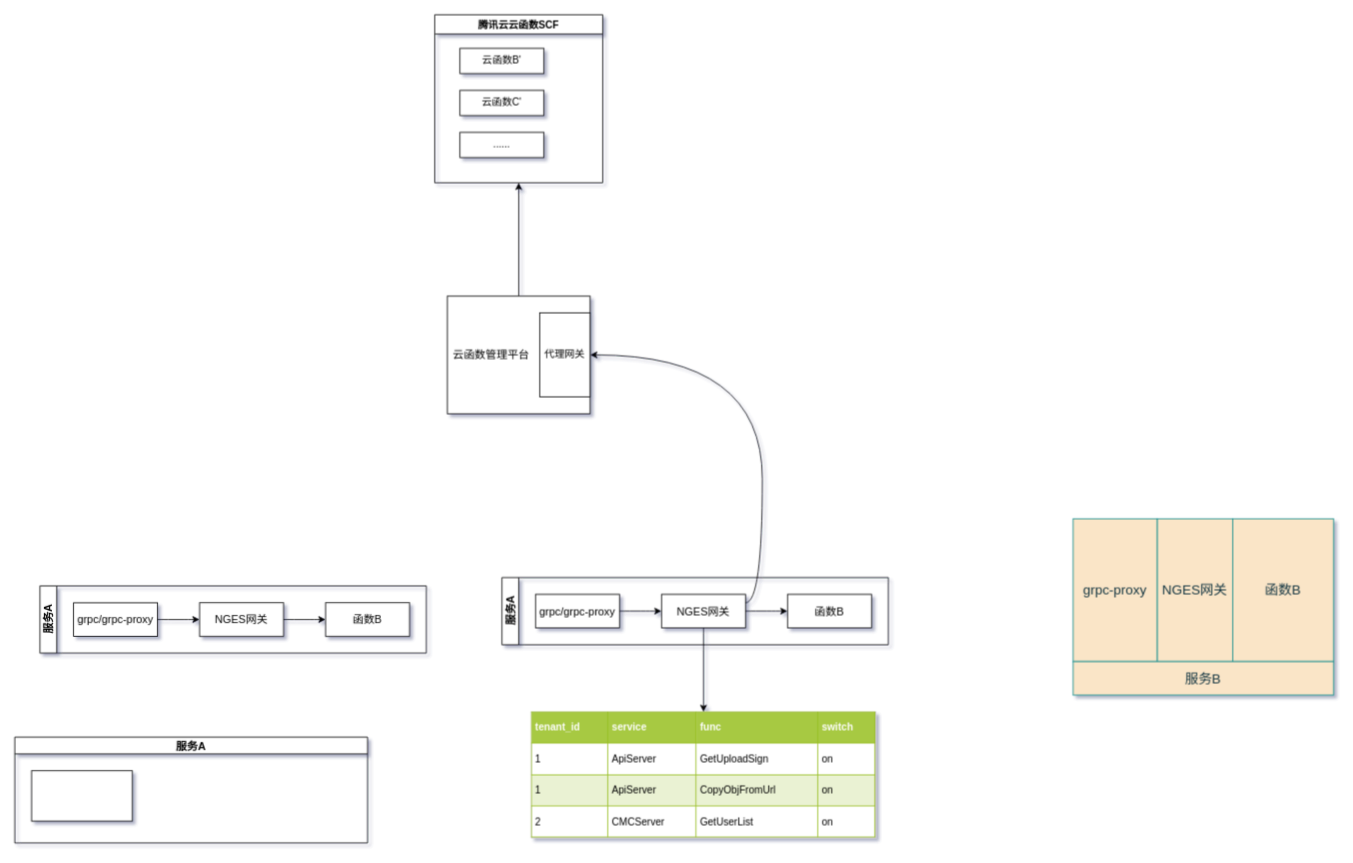
Above: page "Page-1" (1 of 2) of Untitled Diagram.drawio in hxchjm/drawio (draw.io), before the change. Source tidied: cells renumbered, new cells numbered last; positions are measured from the earlier drawing's top-left corner, leaving out a move shared by most shapes. Both pictures are drawn from the tidied source at 84%, with x=0, y=0 at pixel (14, 14).
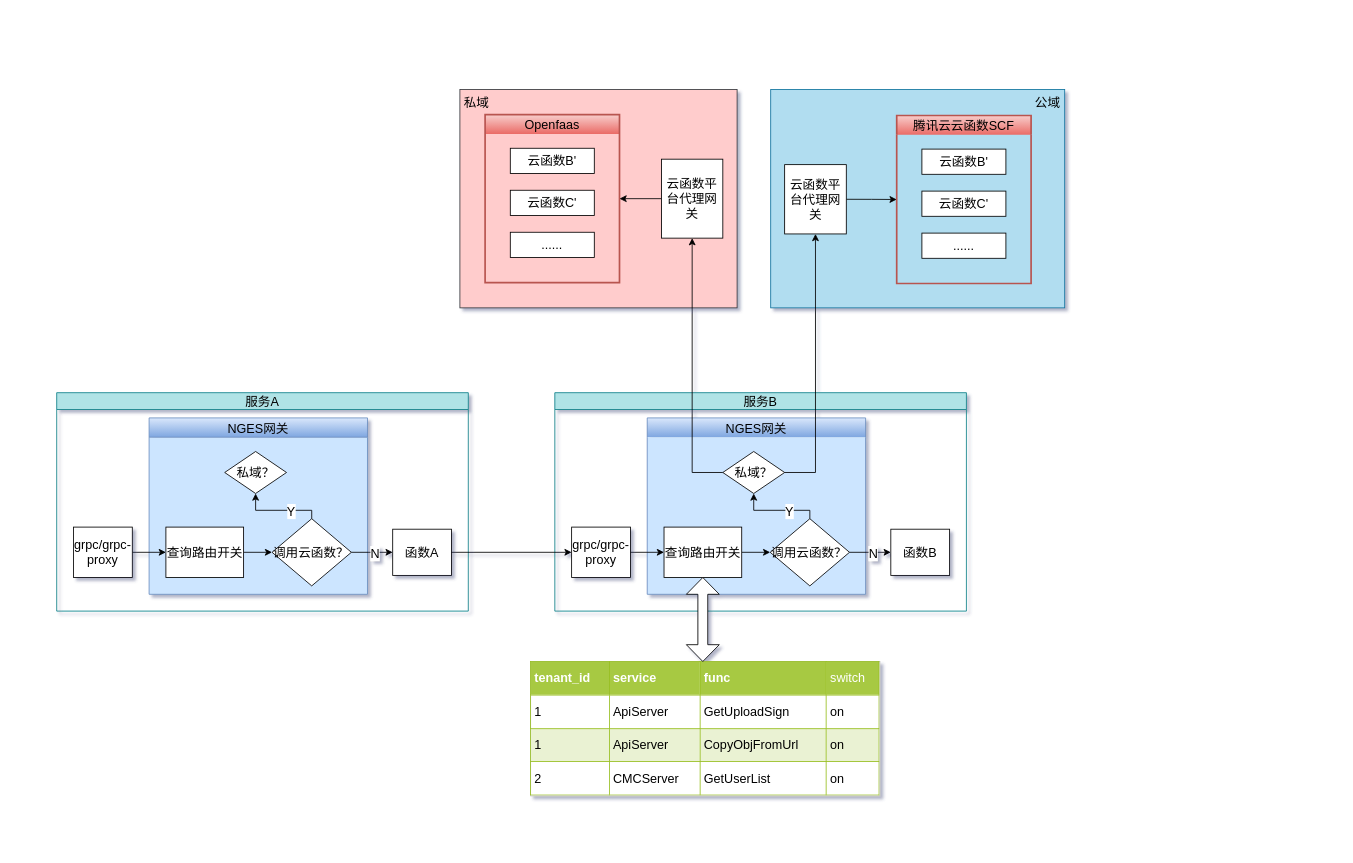
The same page after the edit.

The edit, as a diff of the source:
```diff
@@
-    <mxCell id="2" value="NGES网关" style="rounded=0;whiteSpace=wrap;html=1;fontSize=16;fillColor=#FAE5C7;strokeColor=#0F8B8D;fontColor=#143642;" parent="1" vertex="1">
-      <mxGeometry x="1360" y="600" width="90" height="170" as="geometry" />
-    </mxCell>
-    <mxCell id="3" value="函数B" style="rounded=0;whiteSpace=wrap;html=1;fontSize=16;fillColor=#FAE5C7;strokeColor=#0F8B8D;fontColor=#143642;" parent="1" vertex="1">
-      <mxGeometry x="1450" y="600" width="120" height="170" as="geometry" />
-    </mxCell>
-    <mxCell id="4" value="&lt;font style=&quot;font-size: 16px;&quot;&gt;grpc-proxy&lt;/font&gt;" style="rounded=0;whiteSpace=wrap;html=1;fontSize=16;fillColor=#FAE5C7;strokeColor=#0F8B8D;fontColor=#143642;" parent="1" vertex="1">
-      <mxGeometry x="1260" y="600" width="100" height="170" as="geometry" />
-    </mxCell>
+    <mxCell id="32" style="rounded=0;whiteSpace=wrap;html=1;fontSize=15;fillColor=#ffcccc;strokeColor=#36393d;fontStyle=0;" parent="1" vertex="1">
+      <mxGeometry x="530" y="89" width="330" height="260" as="geometry" />
+    </mxCell>
+    <mxCell id="33" style="rounded=0;whiteSpace=wrap;html=1;fontSize=15;fillColor=#b1ddf0;strokeColor=#10739e;fontStyle=0;shadow=0;" parent="1" vertex="1">
+      <mxGeometry x="900" y="89" width="350" height="260" as="geometry" />
+    </mxCell>
+    <mxCell id="6" value="&lt;table border=&quot;1&quot; width=&quot;100%&quot; cellpadding=&quot;4&quot; style=&quot;width: 100%; height: 100%; border-collapse: collapse; font-size: 15px;&quot;&gt;&lt;tbody style=&quot;font-size: 15px;&quot;&gt;&lt;tr style=&quot;background-color: rgb(167, 201, 66); color: rgb(255, 255, 255); border: 1px solid rgb(152, 191, 33); font-size: 15px;&quot;&gt;&lt;th align=&quot;left&quot; style=&quot;font-size: 15px;&quot;&gt;tenant_id&lt;/th&gt;&lt;th align=&quot;left&quot; style=&quot;font-size: 15px;&quot;&gt;service&lt;/th&gt;&lt;th align=&quot;left&quot; style=&quot;font-size: 15px;&quot;&gt;func&lt;/th&gt;&lt;td style=&quot;font-size: 15px;&quot;&gt;&lt;span style=&quot;font-size: 15px;&quot;&gt;switch&lt;/span&gt;&lt;/td&gt;&lt;/tr&gt;&lt;tr style=&quot;border: 1px solid rgb(152, 191, 33); font-size: 15px;&quot;&gt;&lt;td style=&quot;font-size: 15px;&quot;&gt;1&lt;/td&gt;&lt;td style=&quot;font-size: 15px;&quot;&gt;ApiServer&lt;/td&gt;&lt;td style=&quot;font-size: 15px;&quot;&gt;GetUploadSign&lt;/td&gt;&lt;td style=&quot;font-size: 15px;&quot;&gt;on&lt;/td&gt;&lt;/tr&gt;&lt;tr style=&quot;background-color: rgb(234, 242, 211); border: 1px solid rgb(152, 191, 33); font-size: 15px;&quot;&gt;&lt;td style=&quot;font-size: 15px;&quot;&gt;1&lt;/td&gt;&lt;td style=&quot;font-size: 15px;&quot;&gt;ApiServer&lt;/td&gt;&lt;td style=&quot;font-size: 15px;&quot;&gt;CopyObjFromUrl&lt;/td&gt;&lt;td style=&quot;font-size: 15px;&quot;&gt;on&lt;/td&gt;&lt;/tr&gt;&lt;tr style=&quot;border: 1px solid rgb(152, 191, 33); font-size: 15px;&quot;&gt;&lt;td style=&quot;font-size: 15px;&quot;&gt;2&lt;/td&gt;&lt;td style=&quot;font-size: 15px;&quot;&gt;CMCServer&lt;/td&gt;&lt;td style=&quot;font-size: 15px;&quot;&gt;GetUserList&lt;/td&gt;&lt;td style=&quot;font-size: 15px;&quot;&gt;on&lt;/td&gt;&lt;/tr&gt;&lt;/tbody&gt;&lt;/table&gt;" style="text;html=1;strokeColor=#c0c0c0;fillColor=#ffffff;overflow=fill;rounded=0;fontSize=15;fontStyle=0;" parent="1" vertex="1">
+      <mxGeometry x="614.2" y="770" width="415.8" height="160" as="geometry" />
+    </mxCell>
+    <mxCell id="34" value="Openfaas" style="swimlane;fontSize=15;fontStyle=0;fillColor=#f8cecc;gradientColor=#ea6b66;strokeColor=#b85450;shadow=0;strokeWidth=2;swimlaneLine=0;" parent="1" vertex="1">
+      <mxGeometry x="560" y="119" width="160" height="200" as="geometry" />
+    </mxCell>
+    <mxCell id="35" value="云函数B'" style="rounded=0;whiteSpace=wrap;html=1;fontSize=15;fontStyle=0;" parent="34" vertex="1">
+      <mxGeometry x="30" y="40" width="100" height="30" as="geometry" />
+    </mxCell>
+    <mxCell id="36" value="云函数C'" style="rounded=0;whiteSpace=wrap;html=1;fontSize=15;fontStyle=0;" parent="34" vertex="1">
+      <mxGeometry x="30" y="90" width="100" height="30" as="geometry" />
+    </mxCell>
+    <mxCell id="37" value="......" style="rounded=0;whiteSpace=wrap;html=1;fontSize=15;fontStyle=0;" parent="34" vertex="1">
+      <mxGeometry x="30" y="140" width="100" height="30" as="geometry" />
+    </mxCell>
+    <mxCell id="38" style="edgeStyle=orthogonalEdgeStyle;rounded=0;jettySize=auto;html=1;exitX=0;exitY=0.5;exitDx=0;exitDy=0;entryX=1;entryY=0.5;entryDx=0;entryDy=0;fontSize=15;fontStyle=0;" parent="1" edge="1" source="39" target="34">
+      <mxGeometry relative="1" as="geometry" />
+    </mxCell>
+    <mxCell id="39" value="云函数平&lt;br&gt;台代理网&lt;br&gt;关" style="rounded=0;whiteSpace=wrap;html=1;fontSize=15;fontStyle=0;" parent="1" vertex="1">
+      <mxGeometry x="770" y="172" width="73" height="94" as="geometry" />
+    </mxCell>
+    <mxCell id="40" value="服务A" style="swimlane;startSize=20;horizontal=1;containerType=tree;fontSize=15;swimlaneFillColor=none;fontStyle=0;strokeColor=#0e8088;fillColor=#b0e3e6;" parent="1" vertex="1">
+      <mxGeometry x="50" y="450" width="490" height="260" as="geometry" />
+    </mxCell>
+    <mxCell id="41" value="NGES网关" style="swimlane;fontSize=15;fontStyle=0;fillColor=#dae8fc;gradientColor=#7ea6e0;strokeColor=#6c8ebf;swimlaneFillColor=#CCE5FF;" parent="40" vertex="1">
+      <mxGeometry x="110" y="30" width="260" height="210" as="geometry" />
+    </mxCell>
+    <mxCell id="42" style="edgeStyle=orthogonalEdgeStyle;rounded=0;jettySize=auto;html=1;exitX=1;exitY=0.5;exitDx=0;exitDy=0;entryX=0;entryY=0.5;entryDx=0;entryDy=0;fontSize=15;fontStyle=0;" parent="41" edge="1" source="43" target="46">
+      <mxGeometry relative="1" as="geometry" />
+    </mxCell>
+    <mxCell id="43" value="查询路由开关" style="rounded=0;whiteSpace=wrap;html=1;fontSize=15;fontStyle=0;" parent="41" vertex="1">
+      <mxGeometry x="20" y="130" width="92.5" height="60" as="geometry" />
+    </mxCell>
+    <mxCell id="44" style="edgeStyle=orthogonalEdgeStyle;rounded=0;jettySize=auto;html=1;exitX=0.5;exitY=0;exitDx=0;exitDy=0;entryX=0.5;entryY=1;entryDx=0;entryDy=0;fontSize=15;fontStyle=0;" parent="41" edge="1" source="46" target="47">
+      <mxGeometry relative="1" as="geometry">
+        <Array as="points">
+          <mxPoint x="194" y="110" />
+          <mxPoint x="127" y="110" />
+        </Array>
+      </mxGeometry>
+    </mxCell>
+    <mxCell id="45" value="Y" style="edgeLabel;html=1;align=center;verticalAlign=middle;fontSize=15;fontStyle=0;" parent="44" vertex="1">
+      <mxGeometry x="-0.27" relative="1" as="geometry" />
+    </mxCell>
+    <mxCell id="46" value="调用云函数？" style="rhombus;whiteSpace=wrap;html=1;fontSize=15;fontStyle=0;" parent="41" vertex="1">
+      <mxGeometry x="146.4" y="120" width="94.4" height="80" as="geometry" />
+    </mxCell>
+    <mxCell id="47" value="私域？" style="rhombus;whiteSpace=wrap;html=1;fontSize=15;fontStyle=0;" parent="41" vertex="1">
+      <mxGeometry x="90" y="40" width="73.6" height="50" as="geometry" />
+    </mxCell>
+    <mxCell id="48" style="edgeStyle=orthogonalEdgeStyle;rounded=0;jettySize=auto;html=1;exitX=1;exitY=0.5;exitDx=0;exitDy=0;entryX=0;entryY=0.5;entryDx=0;entryDy=0;fontSize=15;fontStyle=0;" parent="40" edge="1" source="49" target="43">
+      <mxGeometry relative="1" as="geometry" />
+    </mxCell>
+    <mxCell id="49" value="grpc/grpc-proxy" style="rounded=0;whiteSpace=wrap;html=1;fontSize=15;fontStyle=0;" parent="40" vertex="1">
+      <mxGeometry x="20" y="160" width="70" height="60" as="geometry" />
+    </mxCell>
+    <mxCell id="50" value="函数A" style="rounded=0;whiteSpace=wrap;html=1;fontSize=15;fontStyle=0;" parent="40" vertex="1">
+      <mxGeometry x="400" y="162.5" width="70" height="55" as="geometry" />
+    </mxCell>
+    <mxCell id="51" style="edgeStyle=orthogonalEdgeStyle;rounded=0;jettySize=auto;html=1;exitX=1;exitY=0.5;exitDx=0;exitDy=0;entryX=0;entryY=0.5;entryDx=0;entryDy=0;fontSize=15;fontStyle=0;" parent="40" edge="1" source="46" target="50">
+      <mxGeometry relative="1" as="geometry" />
+    </mxCell>
+    <mxCell id="52" value="N" style="edgeLabel;html=1;align=center;verticalAlign=middle;fontSize=15;fontStyle=0;" parent="51" vertex="1">
+      <mxGeometry x="0.13" relative="1" as="geometry" />
+    </mxCell>
-    <mxCell id="5" value="服务B" style="rounded=0;whiteSpace=wrap;html=1;fontSize=16;fillColor=#FAE5C7;strokeColor=#0F8B8D;fontColor=#143642;" parent="1" vertex="1">
-      <mxGeometry x="1260" y="770" width="310" height="40" as="geometry" />
+    <mxCell id="5" value="服务B" style="swimlane;startSize=20;horizontal=1;containerType=tree;fontSize=15;fontStyle=0;fillColor=#b0e3e6;strokeColor=#0e8088;fontColor=default;labelBorderColor=none;shadow=0;" parent="1" vertex="1">
+      <mxGeometry x="643" y="450" width="490" height="260" as="geometry" />
     </mxCell>
-    <mxCell id="6" value="&lt;table border=&quot;1&quot; width=&quot;100%&quot; cellpadding=&quot;4&quot; style=&quot;width: 100% ; height: 100% ; border-collapse: collapse&quot;&gt;&lt;tbody&gt;&lt;tr style=&quot;background-color: #a7c942 ; color: #ffffff ; border: 1px solid #98bf21&quot;&gt;&lt;th align=&quot;left&quot;&gt;tenant_id&lt;/th&gt;&lt;th align=&quot;left&quot;&gt;service&lt;/th&gt;&lt;th align=&quot;left&quot;&gt;func&lt;/th&gt;&lt;td&gt;&lt;b&gt;switch&lt;/b&gt;&lt;/td&gt;&lt;/tr&gt;&lt;tr style=&quot;border: 1px solid #98bf21&quot;&gt;&lt;td&gt;1&lt;/td&gt;&lt;td&gt;ApiServer&lt;/td&gt;&lt;td&gt;GetUploadSign&lt;/td&gt;&lt;td&gt;on&lt;/td&gt;&lt;/tr&gt;&lt;tr style=&quot;background-color: #eaf2d3 ; border: 1px solid #98bf21&quot;&gt;&lt;td&gt;1&lt;/td&gt;&lt;td&gt;ApiServer&lt;/td&gt;&lt;td&gt;CopyObjFromUrl&lt;/td&gt;&lt;td&gt;on&lt;/td&gt;&lt;/tr&gt;&lt;tr style=&quot;border: 1px solid #98bf21&quot;&gt;&lt;td&gt;2&lt;/td&gt;&lt;td&gt;CMCServer&lt;/td&gt;&lt;td&gt;GetUserList&lt;/td&gt;&lt;td&gt;on&lt;/td&gt;&lt;/tr&gt;&lt;/tbody&gt;&lt;/table&gt;" style="text;html=1;strokeColor=#c0c0c0;fillColor=#ffffff;overflow=fill;rounded=0;" parent="1" vertex="1">
-      <mxGeometry x="615" y="830" width="410" height="150" as="geometry" />
-    </mxCell>
+    <mxCell id="53" value="NGES网关" style="swimlane;fontSize=15;fontStyle=0;fillColor=#dae8fc;gradientColor=#7ea6e0;strokeColor=#6c8ebf;swimlaneFillColor=#CCE5FF;swimlaneLine=0;shadow=0;strokeWidth=1;" parent="5" vertex="1">
+      <mxGeometry x="110" y="30" width="260" height="210" as="geometry" />
+    </mxCell>
+    <mxCell id="54" style="edgeStyle=orthogonalEdgeStyle;rounded=0;jettySize=auto;html=1;exitX=1;exitY=0.5;exitDx=0;exitDy=0;entryX=0;entryY=0.5;entryDx=0;entryDy=0;fontSize=15;fontStyle=0;" parent="53" edge="1" source="55" target="58">
+      <mxGeometry relative="1" as="geometry" />
+    </mxCell>
+    <mxCell id="55" value="查询路由开关" style="rounded=0;whiteSpace=wrap;html=1;fontSize=15;fontStyle=0;" parent="53" vertex="1">
+      <mxGeometry x="20" y="130" width="92.5" height="60" as="geometry" />
+    </mxCell>
+    <mxCell id="56" style="edgeStyle=orthogonalEdgeStyle;rounded=0;jettySize=auto;html=1;exitX=0.5;exitY=0;exitDx=0;exitDy=0;entryX=0.5;entryY=1;entryDx=0;entryDy=0;fontSize=15;fontStyle=0;" parent="53" edge="1" source="58" target="59">
+      <mxGeometry relative="1" as="geometry">
+        <Array as="points">
+          <mxPoint x="194" y="110" />
+          <mxPoint x="127" y="110" />
+        </Array>
+      </mxGeometry>
+    </mxCell>
+    <mxCell id="57" value="Y" style="edgeLabel;html=1;align=center;verticalAlign=middle;fontSize=15;fontStyle=0;" parent="56" vertex="1">
+      <mxGeometry x="-0.27" relative="1" as="geometry" />
+    </mxCell>
+    <mxCell id="58" value="调用云函数？" style="rhombus;whiteSpace=wrap;html=1;fontSize=15;fontStyle=0;" parent="53" vertex="1">
+      <mxGeometry x="146.4" y="120" width="94.4" height="80" as="geometry" />
+    </mxCell>
+    <mxCell id="59" value="私域？" style="rhombus;whiteSpace=wrap;html=1;fontSize=15;fontStyle=0;" parent="53" vertex="1">
+      <mxGeometry x="90" y="40" width="73.6" height="50" as="geometry" />
+    </mxCell>
+    <mxCell id="60" style="edgeStyle=orthogonalEdgeStyle;rounded=0;jettySize=auto;html=1;exitX=1;exitY=0.5;exitDx=0;exitDy=0;entryX=0;entryY=0.5;entryDx=0;entryDy=0;fontSize=15;fontStyle=0;" parent="5" edge="1" source="61" target="55">
+      <mxGeometry relative="1" as="geometry" />
+    </mxCell>
+    <mxCell id="61" value="grpc/grpc-proxy" style="rounded=0;whiteSpace=wrap;html=1;fontSize=15;fontStyle=0;" parent="5" vertex="1">
+      <mxGeometry x="20" y="160" width="70" height="60" as="geometry" />
+    </mxCell>
+    <mxCell id="62" value="函数B" style="rounded=0;whiteSpace=wrap;html=1;fontSize=15;fontStyle=0;" parent="5" vertex="1">
+      <mxGeometry x="400" y="162.5" width="70" height="55" as="geometry" />
+    </mxCell>
+    <mxCell id="63" style="edgeStyle=orthogonalEdgeStyle;rounded=0;jettySize=auto;html=1;exitX=1;exitY=0.5;exitDx=0;exitDy=0;entryX=0;entryY=0.5;entryDx=0;entryDy=0;fontSize=15;fontStyle=0;" parent="5" edge="1" source="58" target="62">
+      <mxGeometry relative="1" as="geometry" />
+    </mxCell>
+    <mxCell id="64" value="N" style="edgeLabel;html=1;align=center;verticalAlign=middle;fontSize=15;fontStyle=0;" parent="63" vertex="1">
+      <mxGeometry x="0.13" relative="1" as="geometry" />
+    </mxCell>
+    <mxCell id="65" style="edgeStyle=orthogonalEdgeStyle;rounded=0;jettySize=auto;html=1;exitX=0;exitY=0.5;exitDx=0;exitDy=0;fontSize=15;entryX=0.5;entryY=1;entryDx=0;entryDy=0;fontStyle=0;" parent="1" edge="1" source="59" target="39">
+      <mxGeometry relative="1" as="geometry" />
+    </mxCell>
-    <mxCell id="7" value="腾讯云云函数SCF" style="swimlane;" parent="1" vertex="1">
-      <mxGeometry x="500" width="200" height="200" as="geometry" />
+    <mxCell id="7" value="腾讯云云函数SCF" style="swimlane;fontSize=15;fontStyle=0;fillColor=#f8cecc;gradientColor=#ea6b66;strokeColor=#b85450;strokeWidth=2;swimlaneLine=0;" parent="1" vertex="1">
+      <mxGeometry x="1050" y="120" width="160" height="200" as="geometry" />
     </mxCell>
-    <mxCell id="8" value="云函数B'" style="rounded=0;whiteSpace=wrap;html=1;" parent="7" vertex="1">
-      <mxGeometry x="30" y="40" width="100" height="30" as="geometry" />
-    </mxCell>
-    <mxCell id="9" value="云函数C'" style="rounded=0;whiteSpace=wrap;html=1;" parent="7" vertex="1">
-      <mxGeometry x="30" y="90" width="100" height="30" as="geometry" />
-    </mxCell>
-    <mxCell id="10" value="......" style="rounded=0;whiteSpace=wrap;html=1;" parent="7" vertex="1">
-      <mxGeometry x="30" y="140" width="100" height="30" as="geometry" />
-    </mxCell>
-    <mxCell id="11" style="edgeStyle=orthogonalEdgeStyle;rounded=0;jettySize=auto;html=1;exitX=0.5;exitY=0;exitDx=0;exitDy=0;entryX=0.5;entryY=1;entryDx=0;entryDy=0;fontSize=17;" parent="1" edge="1" source="12" target="7">
-      <mxGeometry relative="1" as="geometry" />
-    </mxCell>
-    <mxCell id="12" style="rounded=0;whiteSpace=wrap;html=1;" parent="1" vertex="1">
-      <mxGeometry x="515" y="335" width="170" height="140" as="geometry" />
-    </mxCell>
-    <mxCell id="13" value="代理网关" style="rounded=0;whiteSpace=wrap;html=1;" parent="1" vertex="1">
-      <mxGeometry x="625" y="355" width="60" height="100" as="geometry" />
-    </mxCell>
-    <mxCell id="14" value="&lt;font style=&quot;font-size: 13px&quot;&gt;云函数管理平台&lt;/font&gt;" style="text;html=1;strokeColor=none;fillColor=none;align=center;verticalAlign=middle;whiteSpace=wrap;rounded=0;" parent="1" vertex="1">
-      <mxGeometry x="510" y="380" width="115" height="50" as="geometry" />
-    </mxCell>
-    <mxCell id="15" style="edgeStyle=orthogonalEdgeStyle;rounded=0;orthogonalLoop=1;jettySize=auto;html=1;exitX=0.5;exitY=1;exitDx=0;exitDy=0;fontSize=15;" parent="1" edge="1" source="13" target="13">
-      <mxGeometry relative="1" as="geometry" />
-    </mxCell>
-    <mxCell id="16" value="服务A" style="swimlane;html=1;startSize=20;horizontal=0;flowOrientation=west;interRankCellSpacing=50;containerType=tree;fontSize=13;" parent="1" vertex="1">
-      <mxGeometry x="580" y="670" width="460" height="80" as="geometry" />
-    </mxCell>
-    <mxCell id="17" value="grpc/grpc-proxy" style="whiteSpace=wrap;html=1;fontSize=13;" parent="16" vertex="1">
-      <mxGeometry x="40" y="20" width="100" height="40" as="geometry" />
-    </mxCell>
-    <mxCell id="18" value="NGES网关" style="whiteSpace=wrap;html=1;fontSize=13;" parent="16" vertex="1">
-      <mxGeometry x="190" y="20" width="100" height="40" as="geometry" />
-    </mxCell>
-    <mxCell id="19" style="html=1;curved=1;rounded=0;noEdgeStyle=1;orthogonal=1;fontSize=13;" parent="16" edge="1" source="17" target="18">
-      <mxGeometry relative="1" as="geometry">
-        <Array as="points">
-          <mxPoint x="152" y="40" />
-          <mxPoint x="178" y="40" />
-        </Array>
-      </mxGeometry>
-    </mxCell>
-    <mxCell id="20" value="函数B" style="whiteSpace=wrap;html=1;fontSize=13;" parent="16" vertex="1">
-      <mxGeometry x="340" y="20" width="100" height="40" as="geometry" />
-    </mxCell>
-    <mxCell id="21" style="html=1;curved=1;rounded=0;noEdgeStyle=1;orthogonal=1;fontSize=13;" parent="16" edge="1" source="18" target="20">
-      <mxGeometry relative="1" as="geometry">
-        <Array as="points">
-          <mxPoint x="302" y="40" />
-          <mxPoint x="328" y="40" />
-        </Array>
-      </mxGeometry>
-    </mxCell>
-    <mxCell id="22" style="edgeStyle=orthogonalEdgeStyle;curved=1;rounded=0;jettySize=auto;html=1;exitX=1;exitY=0.25;exitDx=0;exitDy=0;entryX=1;entryY=0.5;entryDx=0;entryDy=0;fontSize=13;" parent="1" edge="1" source="18" target="13">
-      <mxGeometry relative="1" as="geometry" />
-    </mxCell>
-    <mxCell id="23" style="edgeStyle=orthogonalEdgeStyle;rounded=0;jettySize=auto;html=1;exitX=0.5;exitY=1;exitDx=0;exitDy=0;entryX=0.5;entryY=0;entryDx=0;entryDy=0;fontSize=13;" parent="1" edge="1" source="18" target="6">
-      <mxGeometry relative="1" as="geometry" />
-    </mxCell>
-    <mxCell id="24" value="服务A" style="swimlane;html=1;startSize=20;horizontal=0;flowOrientation=west;interRankCellSpacing=50;containerType=tree;fontSize=13;" parent="1" vertex="1">
-      <mxGeometry x="30" y="680" width="460" height="80" as="geometry" />
-    </mxCell>
-    <mxCell id="25" value="grpc/grpc-proxy" style="whiteSpace=wrap;html=1;fontSize=13;" parent="24" vertex="1">
-      <mxGeometry x="40" y="20" width="100" height="40" as="geometry" />
-    </mxCell>
-    <mxCell id="26" value="NGES网关" style="whiteSpace=wrap;html=1;fontSize=13;" parent="24" vertex="1">
-      <mxGeometry x="190" y="20" width="100" height="40" as="geometry" />
-    </mxCell>
-    <mxCell id="27" style="html=1;curved=1;rounded=0;noEdgeStyle=1;orthogonal=1;fontSize=13;" parent="24" edge="1" source="25" target="26">
-      <mxGeometry relative="1" as="geometry">
-        <Array as="points">
-          <mxPoint x="152" y="40" />
-          <mxPoint x="178" y="40" />
-        </Array>
-      </mxGeometry>
-    </mxCell>
-    <mxCell id="28" value="函数B" style="whiteSpace=wrap;html=1;fontSize=13;" parent="24" vertex="1">
-      <mxGeometry x="340" y="20" width="100" height="40" as="geometry" />
-    </mxCell>
-    <mxCell id="29" style="html=1;curved=1;rounded=0;noEdgeStyle=1;orthogonal=1;fontSize=13;" parent="24" edge="1" source="26" target="28">
-      <mxGeometry relative="1" as="geometry">
-        <Array as="points">
-          <mxPoint x="302" y="40" />
-          <mxPoint x="328" y="40" />
-        </Array>
-      </mxGeometry>
-    </mxCell>
-    <mxCell id="30" value="服务A" style="swimlane;startSize=20;horizontal=1;containerType=tree;fontSize=13;" parent="1" vertex="1">
-      <mxGeometry y="860" width="420" height="126" as="geometry" />
-    </mxCell>
-    <mxCell id="31" style="rounded=0;whiteSpace=wrap;html=1;fontSize=13;" parent="30" vertex="1">
-      <mxGeometry x="20" y="40" width="120" height="60" as="geometry" />
-    </mxCell>
+    <mxCell id="66" value="云函数B'" style="rounded=0;whiteSpace=wrap;html=1;fontSize=15;fontStyle=0;" parent="7" vertex="1">
+      <mxGeometry x="30" y="40" width="100" height="30" as="geometry" />
+    </mxCell>
+    <mxCell id="67" value="云函数C'" style="rounded=0;whiteSpace=wrap;html=1;fontSize=15;fontStyle=0;" parent="7" vertex="1">
+      <mxGeometry x="30" y="90" width="100" height="30" as="geometry" />
+    </mxCell>
+    <mxCell id="68" value="......" style="rounded=0;whiteSpace=wrap;html=1;fontSize=15;fontStyle=0;" parent="7" vertex="1">
+      <mxGeometry x="30" y="140" width="100" height="30" as="geometry" />
+    </mxCell>
+    <mxCell id="69" style="edgeStyle=orthogonalEdgeStyle;rounded=0;orthogonalLoop=1;jettySize=auto;html=1;exitX=0.5;exitY=1;exitDx=0;exitDy=0;fontSize=15;fontStyle=0;" parent="1" edge="1">
+      <mxGeometry relative="1" as="geometry">
+        <mxPoint x="1130" y="290" as="sourcePoint" />
+        <mxPoint x="1130" y="290" as="targetPoint" />
+      </mxGeometry>
+    </mxCell>
+    <mxCell id="70" style="edgeStyle=orthogonalEdgeStyle;rounded=0;jettySize=auto;html=1;exitX=1;exitY=0.5;exitDx=0;exitDy=0;entryX=0;entryY=0.5;entryDx=0;entryDy=0;fontSize=15;fontStyle=0;" parent="1" edge="1" source="71" target="7">
+      <mxGeometry relative="1" as="geometry" />
+    </mxCell>
+    <mxCell id="71" value="云函数平&lt;br&gt;台代理网&lt;br&gt;关" style="rounded=0;whiteSpace=wrap;html=1;fontSize=15;fontStyle=0;" parent="1" vertex="1">
+      <mxGeometry x="916.6" y="178.5" width="73.4" height="82.5" as="geometry" />
+    </mxCell>
+    <mxCell id="72" style="edgeStyle=orthogonalEdgeStyle;rounded=0;jettySize=auto;html=1;exitX=1;exitY=0.5;exitDx=0;exitDy=0;entryX=0.5;entryY=1;entryDx=0;entryDy=0;fontSize=15;fontStyle=0;" parent="1" edge="1" source="59" target="71">
+      <mxGeometry relative="1" as="geometry" />
+    </mxCell>
+    <mxCell id="73" value="私域" style="text;html=1;strokeColor=none;fillColor=none;align=center;verticalAlign=middle;whiteSpace=wrap;rounded=0;fontSize=15;opacity=40;fontStyle=0;" parent="1" vertex="1">
+      <mxGeometry x="520" y="89" width="60" height="30" as="geometry" />
+    </mxCell>
+    <mxCell id="74" value="公域" style="text;html=1;strokeColor=none;fillColor=none;align=center;verticalAlign=middle;whiteSpace=wrap;rounded=0;fontSize=15;opacity=40;fontStyle=0;" parent="1" vertex="1">
+      <mxGeometry x="1200" y="89" width="60" height="30" as="geometry" />
+    </mxCell>
+    <mxCell id="75" style="edgeStyle=orthogonalEdgeStyle;rounded=0;jettySize=auto;html=1;exitX=1;exitY=0.5;exitDx=0;exitDy=0;entryX=0;entryY=0.5;entryDx=0;entryDy=0;fontSize=15;fontStyle=0;" parent="1" edge="1" source="50" target="61">
+      <mxGeometry relative="1" as="geometry" />
+    </mxCell>
+    <mxCell id="76" style="shape=doubleArrow;direction=south;whiteSpace=wrap;html=1;fontSize=15;fillColor=default;fontStyle=0;" parent="1" vertex="1">
+      <mxGeometry x="799.6" y="670" width="39.2" height="100" as="geometry" />
+    </mxCell>
```
